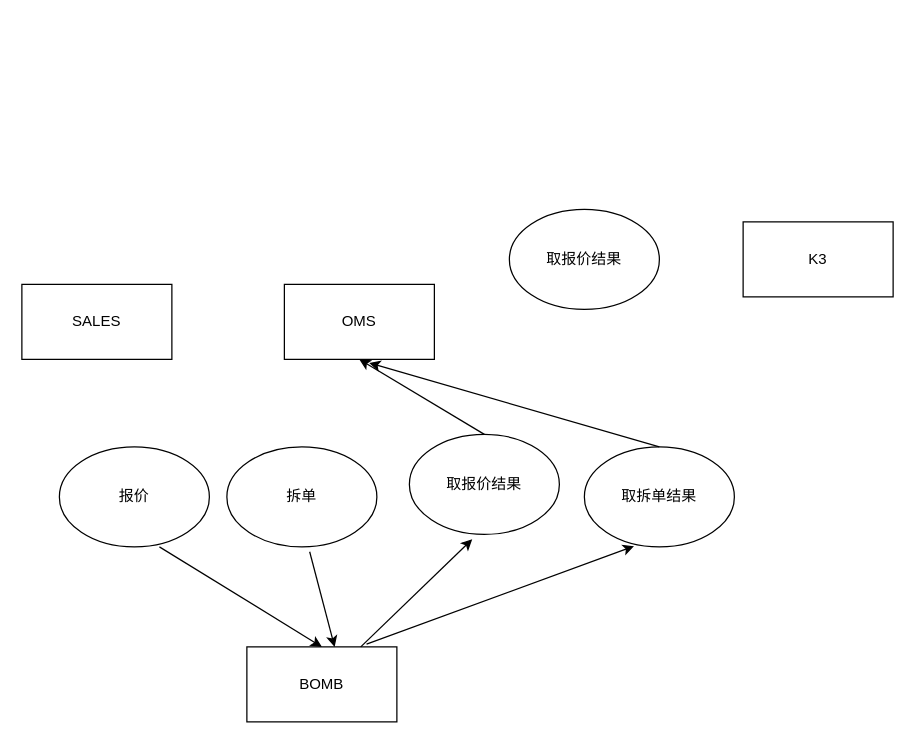
The draw.io diagram 未命名绘图.drawio in BuildOurDream/demo-all, before the edit. Source tidied: cells renumbered, new cells numbered last; positions are measured from the earlier drawing's top-left corner, leaving out a move shared by most shapes. Both pictures are drawn from the tidied source at 125%, with x=0, y=0 at pixel (21, 209).
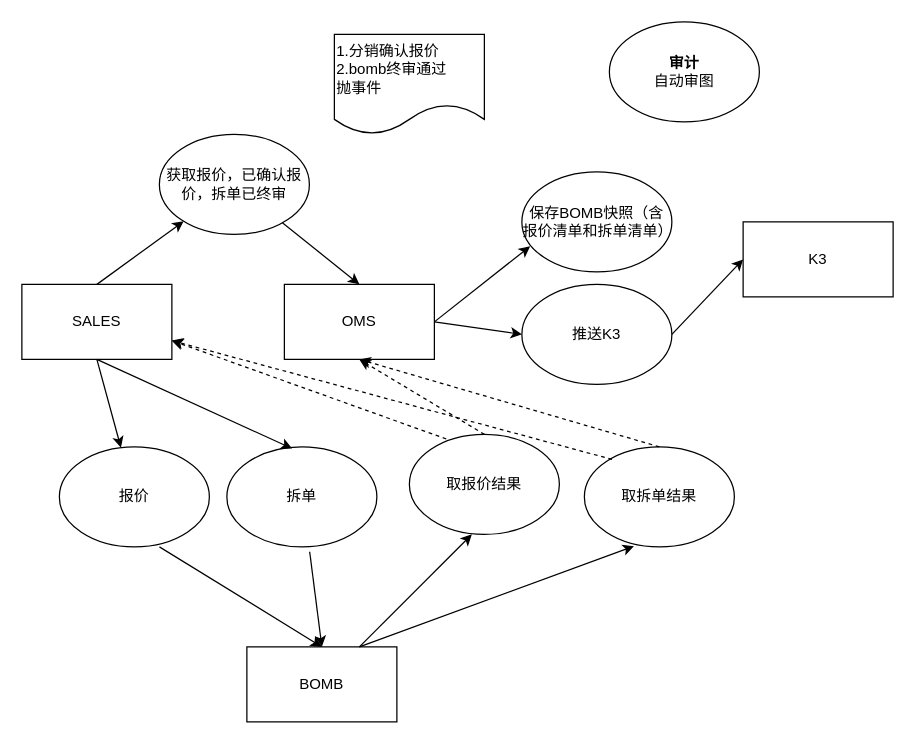
The same page after the edit.

Commit message:
BOMB与其他系统关联.drawio

Unchanged cells that the change refers to:
```xml
<mxCell id="2" value="SALES" style="rounded=0;whiteSpace=wrap;html=1;" parent="1" vertex="1">
  <mxGeometry y="60" width="120" height="60" as="geometry" />
</mxCell>
<mxCell id="3" value="OMS" style="rounded=0;whiteSpace=wrap;html=1;" parent="1" vertex="1">
  <mxGeometry x="210" y="60" width="120" height="60" as="geometry" />
</mxCell>
<mxCell id="4" value="BOMB" style="rounded=0;whiteSpace=wrap;html=1;" parent="1" vertex="1">
  <mxGeometry x="180" y="350" width="120" height="60" as="geometry" />
</mxCell>
<mxCell id="5" value="报价" style="ellipse;whiteSpace=wrap;html=1;" parent="1" vertex="1">
  <mxGeometry x="30" y="190" width="120" height="80" as="geometry" />
</mxCell>
<mxCell id="6" value="拆单" style="ellipse;whiteSpace=wrap;html=1;" parent="1" vertex="1">
  <mxGeometry x="164" y="190" width="120" height="80" as="geometry" />
</mxCell>
<mxCell id="7" value="取报价结果" style="ellipse;whiteSpace=wrap;html=1;" parent="1" vertex="1">
  <mxGeometry x="310" y="180" width="120" height="80" as="geometry" />
</mxCell>
<mxCell id="8" value="取拆单结果" style="ellipse;whiteSpace=wrap;html=1;" parent="1" vertex="1">
  <mxGeometry x="450" y="190" width="120" height="80" as="geometry" />
</mxCell>
<mxCell id="13" value="K3" style="rounded=0;whiteSpace=wrap;html=1;" parent="1" vertex="1">
  <mxGeometry x="577" y="10" width="120" height="60" as="geometry" />
</mxCell>
```

Change to the diagram source:
```diff
@@
-    <mxCell id="10" style="endArrow=classic;html=1;rounded=0;exitX=0.552;exitY=1.049;exitDx=0;exitDy=0;exitPerimeter=0;entryX=0.585;entryY=0;entryDx=0;entryDy=0;entryPerimeter=0;" parent="1" edge="1" source="6" target="4">
-      <mxGeometry relative="1" as="geometry" />
+    <mxCell id="10" style="endArrow=classic;html=1;rounded=0;exitX=0.552;exitY=1.049;exitDx=0;exitDy=0;exitPerimeter=0;" parent="1" edge="1" source="6">
+      <mxGeometry relative="1" as="geometry">
+        <mxPoint x="240" y="350" as="targetPoint" />
+      </mxGeometry>
     </mxCell>
-    <mxCell id="11" style="endArrow=classic;html=1;rounded=0;entryX=0.419;entryY=1.049;entryDx=0;entryDy=0;entryPerimeter=0;" parent="1" edge="1" source="4" target="7">
-      <mxGeometry relative="1" as="geometry" />
+    <mxCell id="11" style="endArrow=classic;html=1;rounded=0;" parent="1" edge="1" source="4">
+      <mxGeometry relative="1" as="geometry">
+        <mxPoint x="360" y="260" as="targetPoint" />
+      </mxGeometry>
     </mxCell>
-    <mxCell id="12" style="endArrow=classic;html=1;rounded=0;entryX=0.331;entryY=0.993;entryDx=0;entryDy=0;entryPerimeter=0;exitX=0.798;exitY=-0.037;exitDx=0;exitDy=0;exitPerimeter=0;" parent="1" edge="1" source="4" target="8">
-      <mxGeometry relative="1" as="geometry" />
+    <mxCell id="12" style="endArrow=classic;html=1;rounded=0;entryX=0.331;entryY=0.993;entryDx=0;entryDy=0;entryPerimeter=0;" parent="1" edge="1" target="8">
+      <mxGeometry relative="1" as="geometry">
+        <mxPoint x="270" y="350" as="sourcePoint" />
+      </mxGeometry>
     </mxCell>
@@
-    <mxCell id="14" style="endArrow=classic;html=1;rounded=0;entryX=0.5;entryY=1;entryDx=0;entryDy=0;exitX=0.5;exitY=0;exitDx=0;exitDy=0;" parent="1" edge="1" source="7" target="3">
-      <mxGeometry relative="1" as="geometry" />
+    <mxCell id="14" style="endArrow=classic;html=1;rounded=0;exitX=0.5;exitY=0;exitDx=0;exitDy=0;dashed=1;" parent="1" edge="1" source="7">
+      <mxGeometry relative="1" as="geometry">
+        <mxPoint x="270" y="120" as="targetPoint" />
+      </mxGeometry>
     </mxCell>
-    <mxCell id="15" style="endArrow=classic;html=1;rounded=0;entryX=0.566;entryY=1.047;entryDx=0;entryDy=0;exitX=0.5;exitY=0;exitDx=0;exitDy=0;entryPerimeter=0;" parent="1" edge="1" source="8" target="3">
-      <mxGeometry relative="1" as="geometry" />
+    <mxCell id="15" style="endArrow=classic;html=1;rounded=0;exitX=0.5;exitY=0;exitDx=0;exitDy=0;dashed=1;" parent="1" edge="1" source="8">
+      <mxGeometry relative="1" as="geometry">
+        <mxPoint x="270" y="120" as="targetPoint" />
+      </mxGeometry>
     </mxCell>
-    <mxCell id="16" value="取报价结果" style="ellipse;whiteSpace=wrap;html=1;" parent="1" vertex="1">
-      <mxGeometry x="390" width="120" height="80" as="geometry" />
+    <mxCell id="16" value="保存BOMB快照（含报价清单和拆单清单）" style="ellipse;whiteSpace=wrap;html=1;" parent="1" vertex="1">
+      <mxGeometry x="400" y="-30" width="120" height="80" as="geometry" />
     </mxCell>
+    <mxCell id="17" value="推送K3" style="ellipse;whiteSpace=wrap;html=1;" parent="1" vertex="1">
+      <mxGeometry x="400" y="60" width="120" height="80" as="geometry" />
+    </mxCell>
+    <mxCell id="18" style="endArrow=classic;html=1;rounded=0;entryX=0.055;entryY=0.744;entryDx=0;entryDy=0;entryPerimeter=0;exitX=1;exitY=0.5;exitDx=0;exitDy=0;" parent="1" edge="1" source="3" target="16">
+      <mxGeometry relative="1" as="geometry" />
+    </mxCell>
+    <mxCell id="19" style="endArrow=classic;html=1;rounded=0;entryX=0;entryY=0.5;entryDx=0;entryDy=0;" parent="1" edge="1" target="17">
+      <mxGeometry relative="1" as="geometry">
+        <mxPoint x="330" y="90" as="sourcePoint" />
+      </mxGeometry>
+    </mxCell>
+    <mxCell id="20" style="endArrow=classic;html=1;rounded=0;entryX=0;entryY=0.5;entryDx=0;entryDy=0;exitX=1;exitY=0.5;exitDx=0;exitDy=0;" parent="1" edge="1" source="17" target="13">
+      <mxGeometry relative="1" as="geometry" />
+    </mxCell>
+    <mxCell id="21" style="endArrow=classic;html=1;rounded=0;exitX=0.5;exitY=1;exitDx=0;exitDy=0;" parent="1" edge="1" source="2" target="5">
+      <mxGeometry relative="1" as="geometry" />
+    </mxCell>
+    <mxCell id="22" style="endArrow=classic;html=1;rounded=0;exitX=0.5;exitY=1;exitDx=0;exitDy=0;entryX=0.435;entryY=0.017;entryDx=0;entryDy=0;entryPerimeter=0;" parent="1" edge="1" source="2" target="6">
+      <mxGeometry relative="1" as="geometry" />
+    </mxCell>
+    <mxCell id="23" value="获取报价，已确认报价，拆单已终审" style="ellipse;whiteSpace=wrap;html=1;" parent="1" vertex="1">
+      <mxGeometry x="110" y="-60" width="120" height="80" as="geometry" />
+    </mxCell>
+    <mxCell id="24" style="endArrow=classic;html=1;rounded=0;exitX=0.5;exitY=0;exitDx=0;exitDy=0;" parent="1" edge="1" source="2" target="23">
+      <mxGeometry relative="1" as="geometry" />
+    </mxCell>
+    <mxCell id="25" style="endArrow=classic;html=1;rounded=0;entryX=0.5;entryY=0;entryDx=0;entryDy=0;" parent="1" edge="1" source="23" target="3">
+      <mxGeometry relative="1" as="geometry" />
+    </mxCell>
+    <mxCell id="26" style="endArrow=classic;html=1;rounded=0;entryX=1;entryY=0.75;entryDx=0;entryDy=0;exitX=0.246;exitY=0.046;exitDx=0;exitDy=0;dashed=1;exitPerimeter=0;" parent="1" edge="1" source="7" target="2">
+      <mxGeometry relative="1" as="geometry" />
+    </mxCell>
+    <mxCell id="27" style="endArrow=classic;html=1;rounded=0;entryX=1;entryY=0.75;entryDx=0;entryDy=0;exitX=0.5;exitY=0;exitDx=0;exitDy=0;dashed=1;" parent="1" edge="1" target="2">
+      <mxGeometry relative="1" as="geometry">
+        <mxPoint x="472.1" y="200" as="sourcePoint" />
+      </mxGeometry>
+    </mxCell>
+    <mxCell id="28" value="1.分销确认报价&lt;br&gt;2.bomb终审通过&lt;br&gt;抛事件" style="shape=document;whiteSpace=wrap;html=1;boundedLbl=1;align=left;" parent="1" vertex="1">
+      <mxGeometry x="250" y="-140" width="120" height="80" as="geometry" />
+    </mxCell>
+    <mxCell id="29" value="&lt;b&gt;审计&lt;/b&gt;&lt;br&gt;自动审图" style="ellipse;whiteSpace=wrap;html=1;" parent="1" vertex="1">
+      <mxGeometry x="470" y="-150" width="120" height="80" as="geometry" />
+    </mxCell>
```
